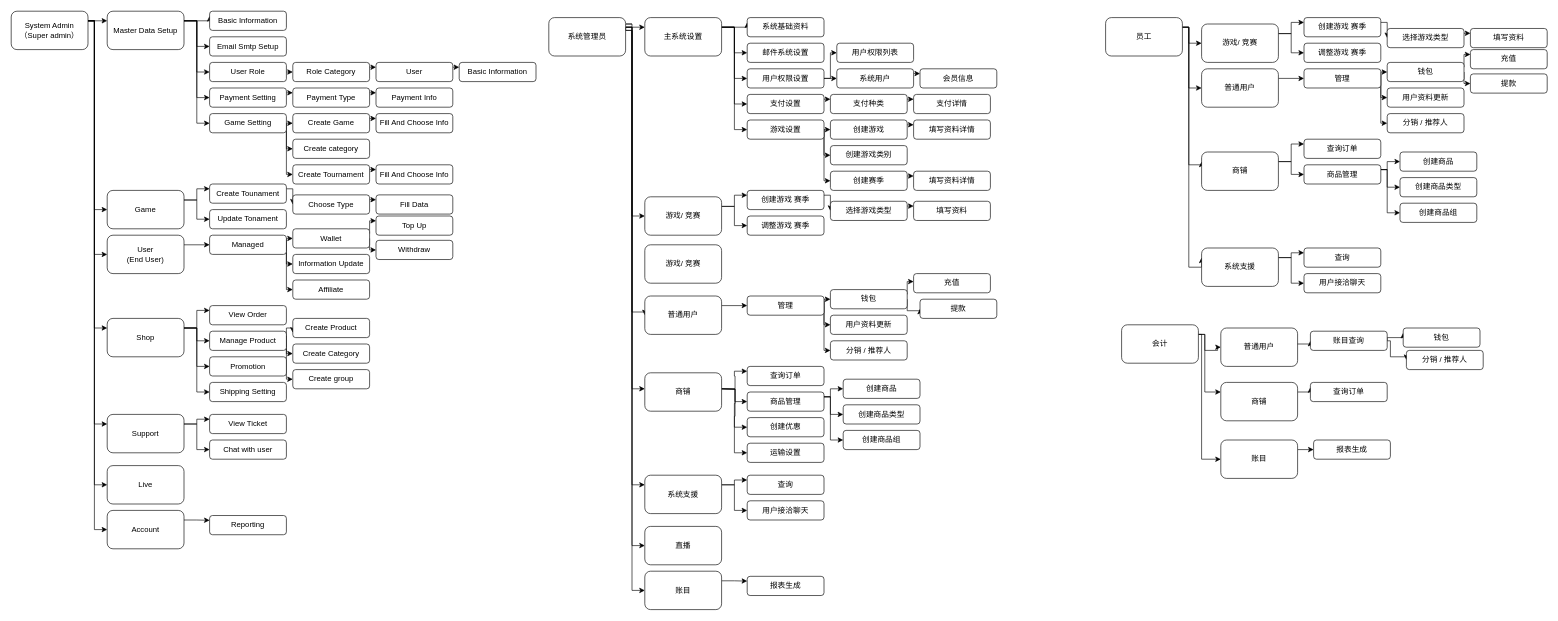
Earlier version of the draw.io diagram page "Admin" (2 of 9) of Untitled Diagram.drawio (krtechndesign/facejs). Source tidied: cells renumbered, new cells numbered last; positions are measured from the earlier drawing's top-left corner, leaving out a move shared by most shapes. Both pictures are drawn from the tidied source at 64%, with x=0, y=0 at pixel (11, 11).
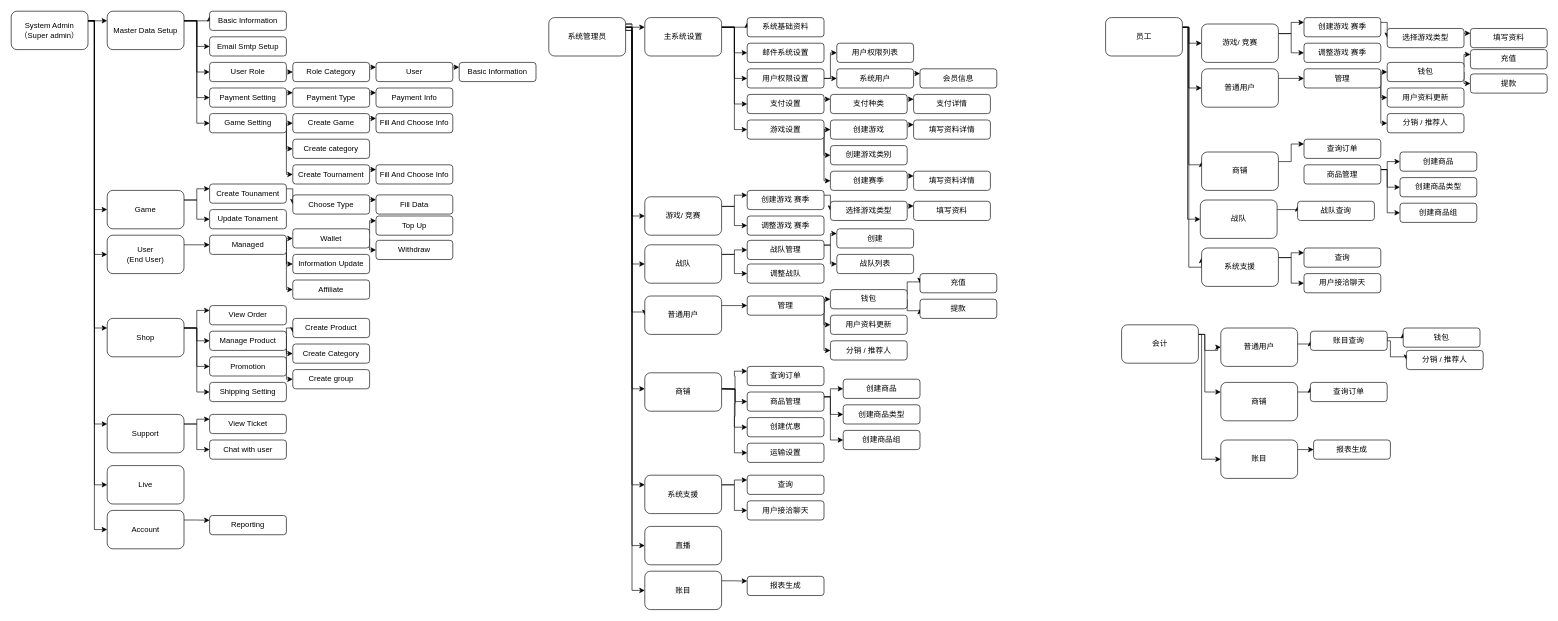
The same diagram, later.

The change refers to these unchanged cells:
```xml
<mxCell id="94" value="系统管理员" style="rounded=1;whiteSpace=wrap;html=1;" parent="1" vertex="1">
  <mxGeometry x="840" y="10" width="120" height="60" as="geometry" />
</mxCell>
<mxCell id="142" value="钱包" style="whiteSpace=wrap;html=1;rounded=1;" parent="1" vertex="1">
  <mxGeometry x="1280" y="435" width="120" height="30" as="geometry" />
</mxCell>
<mxCell id="176" value="员工" style="rounded=1;whiteSpace=wrap;html=1;" parent="1" vertex="1">
  <mxGeometry x="1710" y="10" width="120" height="60" as="geometry" />
</mxCell>
<mxCell id="200" value="商铺" style="rounded=1;whiteSpace=wrap;html=1;" parent="1" vertex="1">
  <mxGeometry x="1860" y="220" width="120" height="60" as="geometry" />
</mxCell>
<mxCell id="205" value="商品管理" style="whiteSpace=wrap;html=1;rounded=1;" parent="1" vertex="1">
  <mxGeometry x="2020" y="240" width="120" height="30" as="geometry" />
</mxCell>
```

What changed in the source:
```diff
@@
+    <mxCell id="233" style="edgeStyle=orthogonalEdgeStyle;rounded=0;jettySize=auto;html=1;exitX=1;exitY=0.25;exitDx=0;exitDy=0;entryX=0;entryY=0.5;entryDx=0;entryDy=0;" parent="1" edge="1" source="94" target="232">
+      <mxGeometry relative="1" as="geometry">
+        <Array as="points">
+          <mxPoint x="970" y="25" />
+          <mxPoint x="970" y="395" />
+        </Array>
+      </mxGeometry>
+    </mxCell>
@@
-    <mxCell id="140" style="edgeStyle=orthogonalEdgeStyle;rounded=0;jettySize=auto;html=1;exitX=1;exitY=0.25;exitDx=0;exitDy=0;entryX=0;entryY=0.25;entryDx=0;entryDy=0;" parent="1" edge="1" source="142">
+    <mxCell id="140" style="edgeStyle=orthogonalEdgeStyle;rounded=0;jettySize=auto;html=1;exitX=1;exitY=0.25;exitDx=0;exitDy=0;entryX=0;entryY=0.5;entryDx=0;entryDy=0;" parent="1" edge="1" source="142" target="143">
       <mxGeometry relative="1" as="geometry">
-        <mxPoint x="1410" y="422.5" as="targetPoint" />
         <Array as="points">
           <mxPoint x="1400" y="423" />
+          <mxPoint x="1420" y="423" />
         </Array>
       </mxGeometry>
     </mxCell>
@@
     <mxCell id="143" value="充值" style="whiteSpace=wrap;html=1;rounded=1;" parent="1" vertex="1">
-      <mxGeometry x="1410" y="410" width="120" height="30" as="geometry" />
+      <mxGeometry x="1420" y="410" width="120" height="30" as="geometry" />
     </mxCell>
@@
+    <mxCell id="234" style="edgeStyle=orthogonalEdgeStyle;rounded=0;jettySize=auto;html=1;exitX=1;exitY=0.25;exitDx=0;exitDy=0;entryX=0;entryY=0.5;entryDx=0;entryDy=0;" parent="1" edge="1" source="176" target="244">
+      <mxGeometry relative="1" as="geometry">
+        <Array as="points">
+          <mxPoint x="1838" y="25" />
+          <mxPoint x="1838" y="325" />
+        </Array>
+      </mxGeometry>
+    </mxCell>
@@
-    <mxCell id="199" style="edgeStyle=orthogonalEdgeStyle;rounded=0;jettySize=auto;html=1;exitX=1;exitY=0.25;exitDx=0;exitDy=0;entryX=0;entryY=0.5;entryDx=0;entryDy=0;" parent="1" edge="1" source="200" target="205">
-      <mxGeometry relative="1" as="geometry" />
-    </mxCell>
@@
+    <mxCell id="235" style="edgeStyle=orthogonalEdgeStyle;rounded=0;jettySize=auto;html=1;exitX=1;exitY=0.25;exitDx=0;exitDy=0;entryX=0;entryY=0.5;entryDx=0;entryDy=0;" parent="1" edge="1" source="232" target="239">
+      <mxGeometry relative="1" as="geometry" />
+    </mxCell>
+    <mxCell id="236" style="edgeStyle=orthogonalEdgeStyle;rounded=0;jettySize=auto;html=1;exitX=1;exitY=0.25;exitDx=0;exitDy=0;entryX=0;entryY=0.5;entryDx=0;entryDy=0;" parent="1" edge="1" source="232" target="240">
+      <mxGeometry relative="1" as="geometry" />
+    </mxCell>
-    <mxCell id="232" value="游戏/ 竞赛" style="rounded=1;whiteSpace=wrap;html=1;" parent="1" vertex="1">
+    <mxCell id="232" value="战队" style="rounded=1;whiteSpace=wrap;html=1;" parent="1" vertex="1">
       <mxGeometry x="990" y="365" width="120" height="60" as="geometry" />
     </mxCell>
+    <mxCell id="237" style="edgeStyle=orthogonalEdgeStyle;rounded=0;jettySize=auto;html=1;exitX=1;exitY=0.25;exitDx=0;exitDy=0;entryX=0;entryY=0.25;entryDx=0;entryDy=0;" parent="1" edge="1" source="239" target="241">
+      <mxGeometry relative="1" as="geometry">
+        <Array as="points">
+          <mxPoint x="1280" y="366" />
+        </Array>
+      </mxGeometry>
+    </mxCell>
+    <mxCell id="238" style="edgeStyle=orthogonalEdgeStyle;rounded=0;jettySize=auto;html=1;exitX=1;exitY=0.25;exitDx=0;exitDy=0;entryX=0;entryY=0.5;entryDx=0;entryDy=0;" parent="1" edge="1" source="239" target="242">
+      <mxGeometry relative="1" as="geometry">
+        <Array as="points">
+          <mxPoint x="1280" y="366" />
+          <mxPoint x="1280" y="395" />
+        </Array>
+      </mxGeometry>
+    </mxCell>
+    <mxCell id="239" value="战队管理" style="whiteSpace=wrap;html=1;rounded=1;" parent="1" vertex="1">
+      <mxGeometry x="1150" y="358" width="120" height="30" as="geometry" />
+    </mxCell>
+    <mxCell id="240" value="调整战队" style="whiteSpace=wrap;html=1;rounded=1;" parent="1" vertex="1">
+      <mxGeometry x="1150" y="395" width="120" height="30" as="geometry" />
+    </mxCell>
+    <mxCell id="241" value="创建" style="whiteSpace=wrap;html=1;rounded=1;" parent="1" vertex="1">
+      <mxGeometry x="1290" y="340" width="120" height="30" as="geometry" />
+    </mxCell>
+    <mxCell id="242" value="战队列表" style="whiteSpace=wrap;html=1;rounded=1;" parent="1" vertex="1">
+      <mxGeometry x="1290" y="380" width="120" height="30" as="geometry" />
+    </mxCell>
+    <mxCell id="243" style="edgeStyle=orthogonalEdgeStyle;rounded=0;jettySize=auto;html=1;exitX=1;exitY=0.25;exitDx=0;exitDy=0;entryX=0;entryY=0.25;entryDx=0;entryDy=0;" parent="1" edge="1" source="244" target="245">
+      <mxGeometry relative="1" as="geometry" />
+    </mxCell>
+    <mxCell id="244" value="战队" style="rounded=1;whiteSpace=wrap;html=1;" parent="1" vertex="1">
+      <mxGeometry x="1858" y="295" width="120" height="60" as="geometry" />
+    </mxCell>
+    <mxCell id="245" value="战队查询" style="whiteSpace=wrap;html=1;rounded=1;" parent="1" vertex="1">
+      <mxGeometry x="2010" y="297" width="120" height="30" as="geometry" />
+    </mxCell>
```
